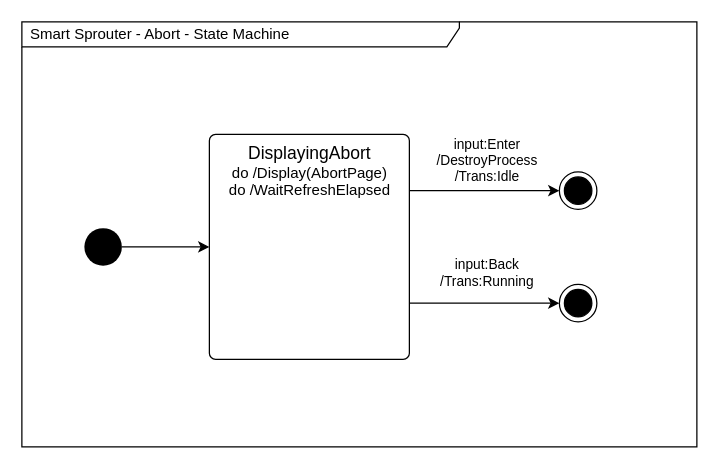
Before: page "Aborting" (9 of 9) of Documents/SmartSprouter_SystemFlow.drawio in EhudVardi/SmartSprouter, a draw.io diagram. Source tidied: cells renumbered, new cells numbered last; positions are measured from the earlier drawing's top-left corner, leaving out a move shared by most shapes. Both pictures are drawn from the tidied source at 125%, with x=0, y=0 at pixel (21, 21).
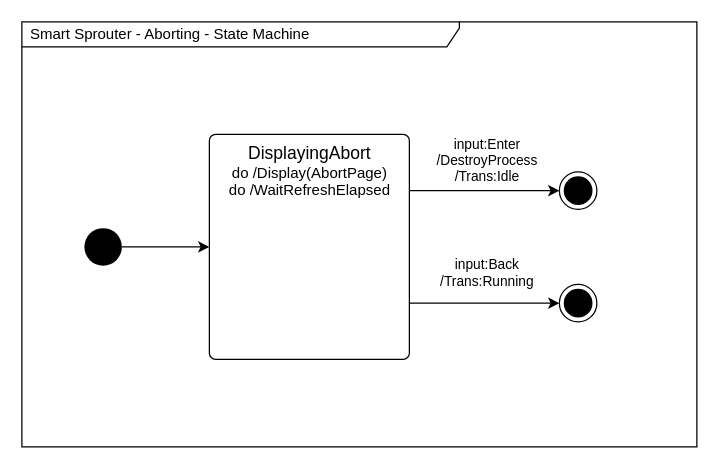
The same diagram, later.

Change to the diagram source:
```diff
@@
 <mxGraphModel>
   <root>
     <mxCell id="0" />
     <mxCell id="1" parent="0" />
-    <mxCell id="2" value="Smart Sprouter - Abort - State Machine" style="shape=umlFrame;whiteSpace=wrap;html=1;width=350;height=20;boundedLbl=1;verticalAlign=middle;align=left;spacingLeft=5;fontColor=#000000;fillColor=default;" parent="1" vertex="1">
+    <mxCell id="2" value="Smart Sprouter - Aborting - State Machine" style="shape=umlFrame;whiteSpace=wrap;html=1;width=350;height=20;boundedLbl=1;verticalAlign=middle;align=left;spacingLeft=5;fontColor=#000000;fillColor=default;" parent="1" vertex="1">
       <mxGeometry width="540" height="340" as="geometry" />
     </mxCell>
     <mxCell id="3" value="&lt;span style=&quot;&quot;&gt;&lt;font style=&quot;font-size: 14px;&quot;&gt;DisplayingAbort&lt;/font&gt;&lt;br&gt;do /Display(AbortPage)&lt;br&gt;do /WaitRefreshElapsed&lt;/span&gt;" style="html=1;align=center;verticalAlign=top;rounded=1;absoluteArcSize=1;arcSize=10;fontFamily=Helvetica;fontSize=12;fontColor=default;strokeColor=default;fillColor=default;" parent="1" vertex="1">
       <mxGeometry x="150" y="90" width="160" height="180" as="geometry" />
     </mxCell>
     <mxCell id="4" style="edgeStyle=orthogonalEdgeStyle;rounded=0;jettySize=auto;html=1;exitX=1;exitY=0.5;exitDx=0;exitDy=0;entryX=0;entryY=0.5;entryDx=0;entryDy=0;" parent="1" edge="1" source="5" target="3">
       <mxGeometry relative="1" as="geometry" />
     </mxCell>
     <mxCell id="5" style="ellipse;fillColor=#000000;strokeColor=none;" parent="1" vertex="1">
       <mxGeometry x="50" y="165" width="30" height="30" as="geometry" />
     </mxCell>
     <mxCell id="6" style="edgeStyle=orthogonalEdgeStyle;rounded=0;jettySize=auto;html=1;exitX=1;exitY=0.25;exitDx=0;exitDy=0;entryX=0;entryY=0.5;entryDx=0;entryDy=0;" parent="1" edge="1" source="3" target="8">
       <mxGeometry relative="1" as="geometry" />
     </mxCell>
     <mxCell id="7" value="input:Enter&lt;br&gt;/DestroyProcess&lt;br&gt;/Trans:Idle" style="edgeLabel;html=1;align=center;verticalAlign=middle;" parent="6" vertex="1">
       <mxGeometry x="-0.72" y="1" relative="1" as="geometry">
         <mxPoint x="44" y="-24" as="offset" />
       </mxGeometry>
     </mxCell>
     <mxCell id="8" style="ellipse;html=1;shape=endState;fillColor=#000000;strokeColor=#000000;" parent="1" vertex="1">
       <mxGeometry x="430" y="120" width="30" height="30" as="geometry" />
     </mxCell>
     <mxCell id="9" style="edgeStyle=orthogonalEdgeStyle;rounded=0;jettySize=auto;html=1;exitX=1;exitY=0.75;exitDx=0;exitDy=0;entryX=0;entryY=0.5;entryDx=0;entryDy=0;" parent="1" edge="1" source="3" target="11">
       <mxGeometry relative="1" as="geometry" />
     </mxCell>
     <mxCell id="10" value="input:Back&lt;br&gt;/Trans:Running" style="edgeLabel;html=1;align=center;verticalAlign=middle;" parent="9" vertex="1">
       <mxGeometry x="-0.72" y="1" relative="1" as="geometry">
         <mxPoint x="44" y="-24" as="offset" />
       </mxGeometry>
     </mxCell>
     <mxCell id="11" style="ellipse;html=1;shape=endState;fillColor=#000000;strokeColor=#000000;" parent="1" vertex="1">
       <mxGeometry x="430" y="210" width="30" height="30" as="geometry" />
     </mxCell>
   </root>
 </mxGraphModel>
```
